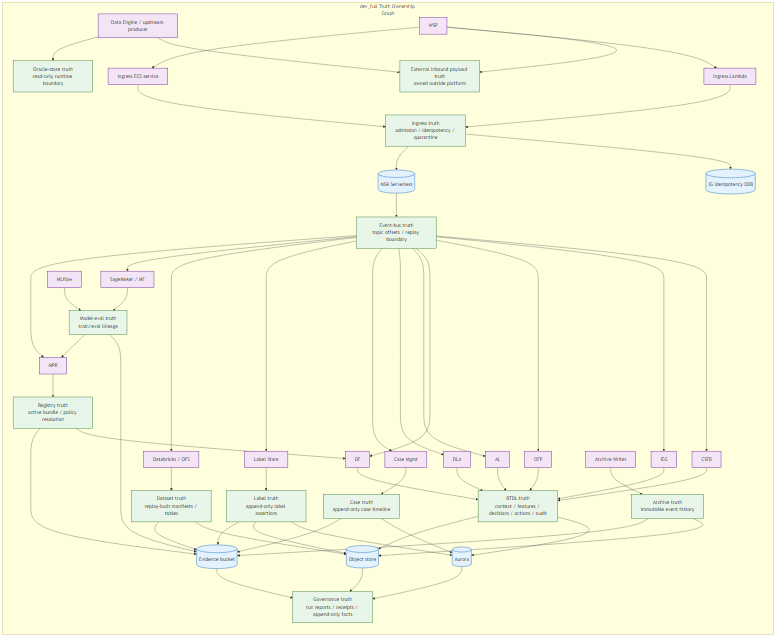
EsosaOrumwese/fraud-detection-system keeps this Mermaid diagram as docs/design/platform/dev_full/graph/dev_full_platform_truth_ownership_current_v0.mermaid.png. Above is the earlier version. Its source is kept beside it as docs/design/platform/dev_full/graph/dev_full_platform_truth_ownership_current_v0.mermaid.mmd.
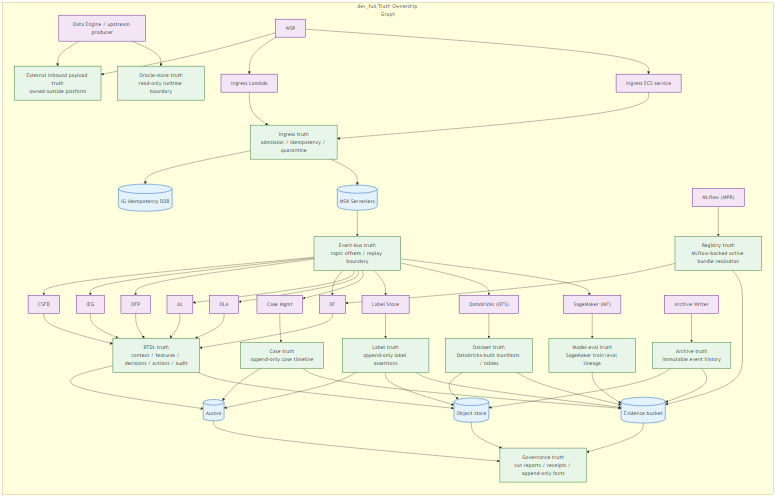
The same diagram one commit later.

The edit, as a diff of the source:
```diff
@@ -14,9 +14,9 @@
     CASE["Case truth<br>append-only case timeline"]
     LABEL["Label truth<br>append-only label assertions"]
     ARCHIVE["Archive truth<br>immutable event history"]
-    OFS["Dataset truth<br>replay-built manifests / tables"]
-    MF["Model-eval truth<br>train/eval lineage"]
-    REG["Registry truth<br>active bundle / policy resolution"]
+    OFS["Dataset truth<br>Databricks-built manifests / tables"]
+    MF["Model-eval truth<br>SageMaker train/eval lineage"]
+    REG["Registry truth<br>MLflow-backed active bundle resolution"]
     GOV["Governance truth<br>run reports / receipts / append-only facts"]
 
     DENGINE["Data Engine / upstream producer"]
@@ -34,10 +34,9 @@
     ARCHWR["Archive Writer"]
     CM["Case Mgmt"]
     LS["Label Store"]
-    DBX["Databricks / OFS"]
-    SM["SageMaker / MF"]
-    MLFLOW["MLflow"]
-    MPR["MPR"]
+    DBX["Databricks (OFS)"]
+    SM["SageMaker (MF)"]
+    MLFLOW["MLflow (MPR)"]
     EVID[("Evidence bucket")]
     OBJ[("Object store")]
     AURORA[("Aurora")]
@@ -65,7 +64,6 @@
   EB --> LS
   EB --> DBX
   EB --> SM
-  EB --> MPR
 
   CSFB --> RTDL
   IEG --> RTDL
@@ -94,11 +92,9 @@
   OFS --> EVID
 
   SM --> MF
-  MLFLOW --> MF
+  MLFLOW --> REG
   MF --> EVID
-  MF --> MPR
 
-  MPR --> REG
   REG --> DF
   REG --> EVID
 
@@ -110,5 +106,5 @@
   classDef component fill:#f3e5f5,stroke:#6a1b9a,color:#111,stroke-width:1.4px;
   classDef store fill:#e3f2fd,stroke:#1565c0,color:#111,stroke-width:1.4px;
   class INBOUND,ORACLE,IG,EB,RTDL,CASE,LABEL,ARCHIVE,OFS,MF,REG,GOV owner;
-  class DENGINE,WSP,IGLAMBDA,IGSVC,CSFB,IEG,OFP,DF,AL,DLA,ARCHWR,CM,LS,DBX,SM,MLFLOW,MPR component;
+  class DENGINE,WSP,IGLAMBDA,IGSVC,CSFB,IEG,OFP,DF,AL,DLA,ARCHWR,CM,LS,DBX,SM,MLFLOW component;
   class DDB,MSK,EVID,OBJ,AURORA store;
```
